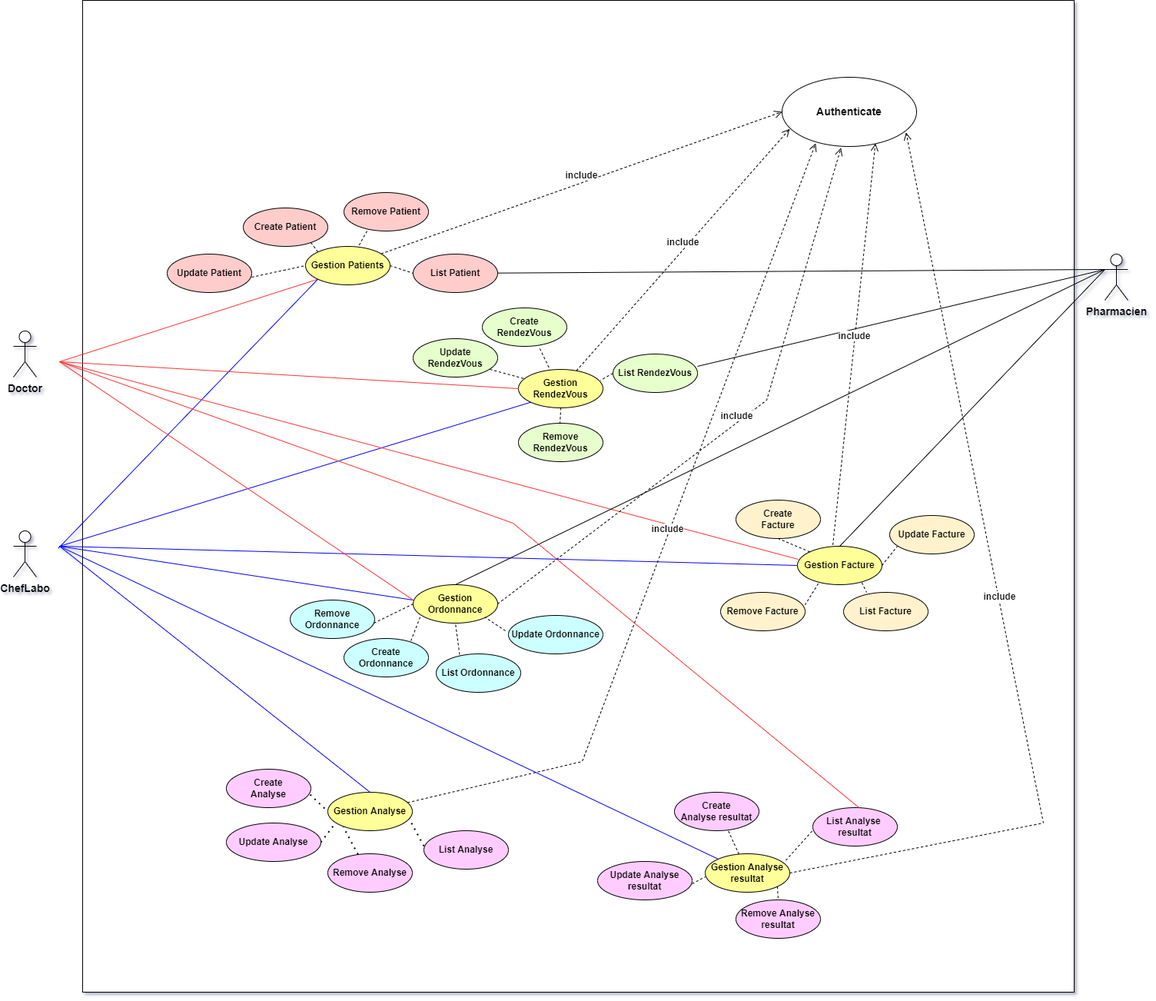
This is UML/UseCase.png from idmed22/Projet-fil--rouge, a draw.io export, as it was before one commit. Source tidied: cells renumbered, new cells last; positions are measured from the earlier drawing's top-left corner, leaving out a move shared by most shapes.
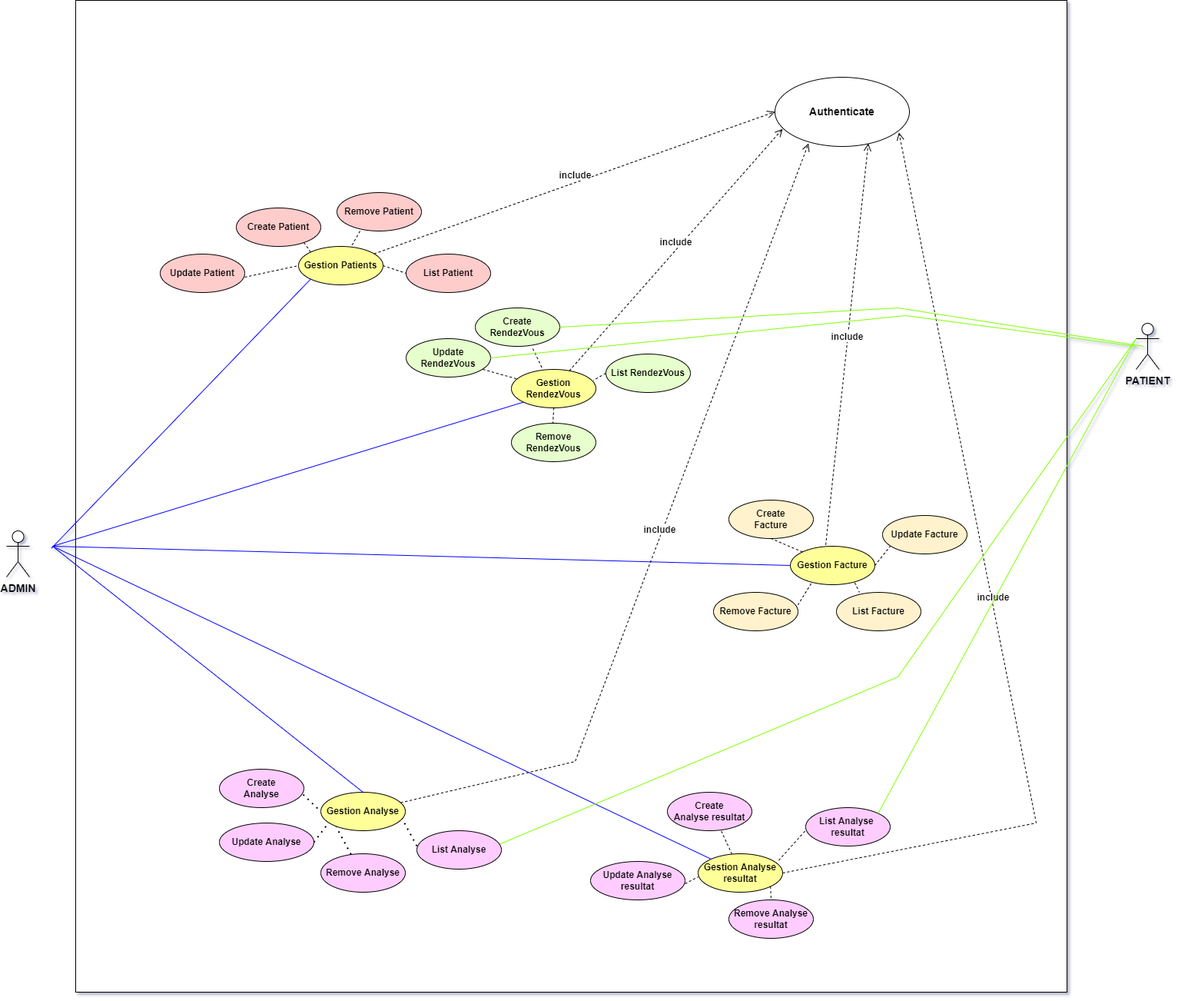
After the commit.

Change to the diagram source:
```diff
@@ -23,9 +23,6 @@
     <mxCell id="8" value="&lt;b&gt;Gestion RendezVous&lt;/b&gt;" style="ellipse;whiteSpace=wrap;html=1;fillColor=#FFFF99;" parent="1" vertex="1">
       <mxGeometry x="657" y="480" width="110" height="50" as="geometry" />
     </mxCell>
-    <mxCell id="9" value="&lt;b&gt;Gestion Ordonnance&lt;/b&gt;" style="ellipse;whiteSpace=wrap;html=1;fillColor=#FFFF99;" parent="1" vertex="1">
-      <mxGeometry x="520" y="760" width="110" height="50" as="geometry" />
-    </mxCell>
     <mxCell id="10" value="&lt;b&gt;Gestion Facture&lt;/b&gt;" style="ellipse;whiteSpace=wrap;html=1;fillColor=#FFFF99;" parent="1" vertex="1">
       <mxGeometry x="1020" y="710" width="110" height="50" as="geometry" />
     </mxCell>
@@ -38,33 +35,14 @@
     <mxCell id="13" value="&lt;b&gt;&lt;font style=&quot;font-size: 14px;&quot;&gt;Authenticate&lt;/font&gt;&lt;/b&gt;" style="ellipse;whiteSpace=wrap;html=1;fillColor=#FFFFFF;" parent="1" vertex="1">
       <mxGeometry x="1000" y="100" width="175" height="90" as="geometry" />
     </mxCell>
-    <mxCell id="14" value="&lt;b&gt;&lt;font style=&quot;font-size: 14px;&quot;&gt;Doctor&lt;/font&gt;&lt;/b&gt;" style="shape=umlActor;verticalLabelPosition=bottom;verticalAlign=top;html=1;fillColor=#FFFFFF;" parent="1" vertex="1">
-      <mxGeometry y="430" width="30" height="60" as="geometry" />
-    </mxCell>
-    <mxCell id="15" value="&lt;b&gt;&lt;font style=&quot;font-size: 14px;&quot;&gt;Pharmacien&lt;/font&gt;&lt;/b&gt;" style="shape=umlActor;verticalLabelPosition=bottom;verticalAlign=top;html=1;fillColor=#FFFFFF;" parent="1" vertex="1">
-      <mxGeometry x="1420" y="330" width="30" height="60" as="geometry" />
-    </mxCell>
-    <mxCell id="16" value="&lt;b&gt;&lt;font style=&quot;font-size: 14px;&quot;&gt;ChefLabo&lt;/font&gt;&lt;/b&gt;" style="shape=umlActor;verticalLabelPosition=bottom;verticalAlign=top;html=1;fillColor=#FFFFFF;" parent="1" vertex="1">
+    <mxCell id="16" value="&lt;b&gt;&lt;font style=&quot;font-size: 14px;&quot;&gt;ADMIN&lt;/font&gt;&lt;/b&gt;" style="shape=umlActor;verticalLabelPosition=bottom;verticalAlign=top;html=1;fillColor=#FFFFFF;" parent="1" vertex="1">
       <mxGeometry y="690" width="30" height="60" as="geometry" />
     </mxCell>
-    <mxCell id="17" style="endArrow=none;html=1;rounded=0;strokeColor=#FF3333;entryX=0;entryY=1;entryDx=0;entryDy=0;" parent="1" edge="1" target="3">
-      <mxGeometry relative="1" as="geometry">
-        <mxPoint x="60" y="470" as="sourcePoint" />
-      </mxGeometry>
-    </mxCell>
-    <mxCell id="18" style="endArrow=none;html=1;rounded=0;strokeColor=#000000;exitX=0;exitY=0.3333333333333333;exitDx=0;exitDy=0;exitPerimeter=0;" parent="1" edge="1" source="15" target="4">
-      <mxGeometry relative="1" as="geometry" />
-    </mxCell>
     <mxCell id="19" style="endArrow=none;html=1;rounded=0;strokeColor=#0000FF;entryX=0;entryY=1;entryDx=0;entryDy=0;" parent="1" edge="1" target="3">
       <mxGeometry relative="1" as="geometry">
         <mxPoint x="58.5" y="712.5" as="sourcePoint" />
       </mxGeometry>
     </mxCell>
-    <mxCell id="20" style="endArrow=none;html=1;rounded=0;strokeColor=#FF3333;entryX=0;entryY=0.5;entryDx=0;entryDy=0;" parent="1" edge="1" target="8">
-      <mxGeometry relative="1" as="geometry">
-        <mxPoint x="60" y="470" as="sourcePoint" />
-      </mxGeometry>
-    </mxCell>
     <mxCell id="21" style="endArrow=none;html=1;rounded=0;strokeColor=#0000FF;entryX=0;entryY=1;entryDx=0;entryDy=0;" parent="1" edge="1" target="8">
       <mxGeometry relative="1" as="geometry">
         <mxPoint x="60" y="710" as="sourcePoint" />
@@ -82,14 +60,6 @@
     <mxCell id="25" value="&lt;b&gt;Remove RendezVous&lt;/b&gt;" style="ellipse;whiteSpace=wrap;html=1;fillColor=#E6FFCC;" parent="1" vertex="1">
       <mxGeometry x="657" y="550" width="110" height="50" as="geometry" />
     </mxCell>
-    <mxCell id="26" style="endArrow=none;html=1;rounded=0;strokeColor=#000000;exitX=0;exitY=0.3333333333333333;exitDx=0;exitDy=0;exitPerimeter=0;entryX=1;entryY=0.32;entryDx=0;entryDy=0;entryPerimeter=0;" parent="1" edge="1" source="15" target="24">
-      <mxGeometry relative="1" as="geometry" />
-    </mxCell>
-    <mxCell id="27" style="endArrow=none;html=1;rounded=0;strokeColor=#FF3333;entryX=0.009;entryY=0.34;entryDx=0;entryDy=0;entryPerimeter=0;" parent="1" edge="1" target="10">
-      <mxGeometry relative="1" as="geometry">
-        <mxPoint x="60" y="470" as="sourcePoint" />
-      </mxGeometry>
-    </mxCell>
     <mxCell id="28" style="endArrow=none;html=1;rounded=0;strokeColor=#0000FF;entryX=0;entryY=0.5;entryDx=0;entryDy=0;" parent="1" edge="1" target="10">
       <mxGeometry relative="1" as="geometry">
         <mxPoint x="60" y="710" as="sourcePoint" />
@@ -107,26 +77,6 @@
     <mxCell id="32" value="&lt;b&gt;Remove Facture&lt;/b&gt;" style="ellipse;whiteSpace=wrap;html=1;fillColor=#FFF2CC;" parent="1" vertex="1">
       <mxGeometry x="920" y="770" width="110" height="50" as="geometry" />
     </mxCell>
-    <mxCell id="33" style="endArrow=none;html=1;rounded=0;strokeColor=#000000;exitX=0;exitY=0.3333333333333333;exitDx=0;exitDy=0;exitPerimeter=0;entryX=0.5;entryY=0;entryDx=0;entryDy=0;" parent="1" edge="1" source="15" target="10">
-      <mxGeometry relative="1" as="geometry" />
-    </mxCell>
-    <mxCell id="34" style="endArrow=none;html=1;rounded=0;strokeColor=#0000FF;" parent="1" edge="1">
-      <mxGeometry relative="1" as="geometry">
-        <mxPoint x="60" y="710" as="sourcePoint" />
-        <mxPoint x="520" y="780" as="targetPoint" />
-      </mxGeometry>
-    </mxCell>
-    <mxCell id="35" style="endArrow=none;html=1;rounded=0;strokeColor=#FF3333;" parent="1" edge="1">
-      <mxGeometry relative="1" as="geometry">
-        <mxPoint x="60" y="470" as="sourcePoint" />
-        <mxPoint x="520" y="780" as="targetPoint" />
-      </mxGeometry>
-    </mxCell>
-    <mxCell id="36" style="endArrow=none;html=1;rounded=0;strokeColor=#000000;entryX=0.5;entryY=0;entryDx=0;entryDy=0;" parent="1" edge="1" target="9">
-      <mxGeometry relative="1" as="geometry">
-        <mxPoint x="1420" y="350" as="sourcePoint" />
-      </mxGeometry>
-    </mxCell>
     <mxCell id="37" style="endArrow=none;html=1;rounded=0;strokeColor=#0000FF;" parent="1" edge="1" target="12">
       <mxGeometry relative="1" as="geometry">
         <mxPoint x="60" y="710" as="sourcePoint" />
@@ -137,18 +87,6 @@
         <mxPoint x="60" y="710" as="sourcePoint" />
       </mxGeometry>
     </mxCell>
-    <mxCell id="39" value="&lt;b&gt;Create&lt;br&gt;Ordonnance&lt;/b&gt;" style="ellipse;whiteSpace=wrap;html=1;fillColor=#CCFFFF;" parent="1" vertex="1">
-      <mxGeometry x="430" y="830" width="110" height="50" as="geometry" />
-    </mxCell>
-    <mxCell id="40" value="&lt;b&gt;Update Ordonnance&lt;/b&gt;" style="ellipse;whiteSpace=wrap;html=1;fillColor=#CCFFFF;" parent="1" vertex="1">
-      <mxGeometry x="644" y="800" width="123" height="50" as="geometry" />
-    </mxCell>
-    <mxCell id="41" value="&lt;b&gt;List Ordonnance&lt;/b&gt;" style="ellipse;whiteSpace=wrap;html=1;fillColor=#CCFFFF;" parent="1" vertex="1">
-      <mxGeometry x="550" y="850" width="110" height="50" as="geometry" />
-    </mxCell>
-    <mxCell id="42" value="&lt;b&gt;Remove Ordonnance&lt;/b&gt;" style="ellipse;whiteSpace=wrap;html=1;fillColor=#CCFFFF;" parent="1" vertex="1">
-      <mxGeometry x="360" y="780" width="110" height="50" as="geometry" />
-    </mxCell>
     <mxCell id="43" value="&lt;b&gt;Create&lt;br&gt;Analyse resultat&lt;/b&gt;" style="ellipse;whiteSpace=wrap;html=1;fillColor=#FFCCFF;" parent="1" vertex="1">
       <mxGeometry x="860" y="1030" width="110" height="50" as="geometry" />
     </mxCell>
@@ -161,15 +99,6 @@
     <mxCell id="46" value="&lt;b&gt;Remove Analyse resultat&lt;/b&gt;" style="ellipse;whiteSpace=wrap;html=1;fillColor=#FFCCFF;" parent="1" vertex="1">
       <mxGeometry x="940" y="1170" width="110" height="50" as="geometry" />
     </mxCell>
-    <mxCell id="47" style="endArrow=none;html=1;rounded=0;strokeColor=#FF3333;" parent="1" edge="1">
-      <mxGeometry relative="1" as="geometry">
-        <mxPoint x="60" y="470" as="sourcePoint" />
-        <mxPoint x="1100" y="1050" as="targetPoint" />
-        <Array as="points">
-          <mxPoint x="650" y="680" />
-        </Array>
-      </mxGeometry>
-    </mxCell>
     <mxCell id="48" value="&lt;b&gt;Create&lt;br&gt;Analyse&lt;/b&gt;" style="ellipse;whiteSpace=wrap;html=1;fillColor=#FFCCFF;" parent="1" vertex="1">
       <mxGeometry x="277" y="1000" width="110" height="50" as="geometry" />
     </mxCell>
@@ -257,24 +186,6 @@
         <mxPoint x="711" y="550" as="targetPoint" />
       </mxGeometry>
     </mxCell>
-    <mxCell id="68" style="endArrow=none;dashed=1;html=1;rounded=0;strokeColor=#000000;entryX=0;entryY=0.5;entryDx=0;entryDy=0;" parent="1" edge="1" target="9">
-      <mxGeometry relative="1" as="geometry">
-        <mxPoint x="469" y="810" as="sourcePoint" />
-      </mxGeometry>
-    </mxCell>
-    <mxCell id="69" style="endArrow=none;dashed=1;html=1;rounded=0;strokeColor=#000000;exitX=0.792;exitY=0.06;exitDx=0;exitDy=0;exitPerimeter=0;" parent="1" edge="1" source="39">
-      <mxGeometry relative="1" as="geometry">
-        <mxPoint x="530" y="800" as="targetPoint" />
-      </mxGeometry>
-    </mxCell>
-    <mxCell id="70" style="endArrow=none;dashed=1;html=1;rounded=0;strokeColor=#000000;exitX=0.277;exitY=0.016;exitDx=0;exitDy=0;exitPerimeter=0;entryX=0.5;entryY=1;entryDx=0;entryDy=0;" parent="1" edge="1" source="41" target="9">
-      <mxGeometry relative="1" as="geometry" />
-    </mxCell>
-    <mxCell id="71" style="endArrow=none;dashed=1;html=1;rounded=0;strokeColor=#000000;entryX=1;entryY=1;entryDx=0;entryDy=0;" parent="1" edge="1" target="9">
-      <mxGeometry relative="1" as="geometry">
-        <mxPoint x="640" y="820" as="sourcePoint" />
-      </mxGeometry>
-    </mxCell>
     <mxCell id="72" style="endArrow=none;dashed=1;html=1;rounded=0;strokeColor=#000000;exitX=0;exitY=0;exitDx=0;exitDy=0;entryX=0.5;entryY=1;entryDx=0;entryDy=0;" parent="1" edge="1" source="10" target="29">
       <mxGeometry relative="1" as="geometry" />
     </mxCell>
@@ -299,13 +210,6 @@
     <mxCell id="77" value="&lt;b&gt;&lt;font style=&quot;font-size: 12px;&quot;&gt;include&lt;/font&gt;&lt;/b&gt;" style="html=1;verticalAlign=bottom;endArrow=open;dashed=1;endSize=8;rounded=0;strokeColor=#000000;entryX=0.057;entryY=0.746;entryDx=0;entryDy=0;entryPerimeter=0;" parent="1" edge="1" source="8" target="13">
       <mxGeometry relative="1" as="geometry" />
     </mxCell>
-    <mxCell id="78" value="&lt;b&gt;&lt;font style=&quot;font-size: 12px;&quot;&gt;include&lt;/font&gt;&lt;/b&gt;" style="html=1;verticalAlign=bottom;endArrow=open;dashed=1;endSize=8;rounded=0;strokeColor=#000000;entryX=0.438;entryY=1.02;entryDx=0;entryDy=0;entryPerimeter=0;exitX=1;exitY=0.5;exitDx=0;exitDy=0;" parent="1" edge="1" source="9" target="13">
-      <mxGeometry relative="1" as="geometry">
-        <Array as="points">
-          <mxPoint x="980" y="520" />
-        </Array>
-      </mxGeometry>
-    </mxCell>
     <mxCell id="79" value="&lt;b&gt;&lt;font style=&quot;font-size: 12px;&quot;&gt;include&lt;/font&gt;&lt;/b&gt;" style="html=1;verticalAlign=bottom;endArrow=open;dashed=1;endSize=8;rounded=0;strokeColor=#000000;entryX=0.694;entryY=0.955;entryDx=0;entryDy=0;entryPerimeter=0;exitX=0.419;exitY=-0.034;exitDx=0;exitDy=0;exitPerimeter=0;" parent="1" edge="1" source="10" target="13">
       <mxGeometry relative="1" as="geometry" />
     </mxCell>
@@ -323,5 +227,34 @@
         </Array>
       </mxGeometry>
     </mxCell>
+    <mxCell id="82" value="&lt;b&gt;&lt;font style=&quot;font-size: 14px;&quot;&gt;PATIENT&lt;/font&gt;&lt;/b&gt;" style="shape=umlActor;verticalLabelPosition=bottom;verticalAlign=top;html=1;fillColor=#FFFFFF;" parent="1" vertex="1">
+      <mxGeometry x="1470" y="420" width="30" height="60" as="geometry" />
+    </mxCell>
+    <mxCell id="83" style="endArrow=none;html=1;rounded=0;exitX=1;exitY=0;exitDx=0;exitDy=0;strokeColor=#80FF00;entryX=0;entryY=0.3333333333333333;entryDx=0;entryDy=0;entryPerimeter=0;" parent="1" edge="1" source="44" target="82">
+      <mxGeometry relative="1" as="geometry" />
+    </mxCell>
+    <mxCell id="84" style="endArrow=none;html=1;rounded=0;exitX=0.985;exitY=0.344;exitDx=0;exitDy=0;strokeColor=#80FF00;entryX=0;entryY=0.3333333333333333;entryDx=0;entryDy=0;entryPerimeter=0;exitPerimeter=0;" parent="1" edge="1" source="51" target="82">
+      <mxGeometry relative="1" as="geometry">
+        <Array as="points">
+          <mxPoint x="1160" y="880" />
+        </Array>
+      </mxGeometry>
+    </mxCell>
+    <mxCell id="85" style="endArrow=none;html=1;rounded=0;strokeColor=#80FF00;entryX=0;entryY=0.3333333333333333;entryDx=0;entryDy=0;entryPerimeter=0;exitX=1;exitY=0.5;exitDx=0;exitDy=0;" parent="1" edge="1" source="23">
+      <mxGeometry relative="1" as="geometry">
+        <mxPoint x="1480" y="450" as="targetPoint" />
+        <Array as="points">
+          <mxPoint x="1160" y="400" />
+        </Array>
+      </mxGeometry>
+    </mxCell>
+    <mxCell id="86" style="endArrow=none;html=1;rounded=0;strokeColor=#80FF00;exitX=1;exitY=0.5;exitDx=0;exitDy=0;" parent="1" edge="1" source="22">
+      <mxGeometry relative="1" as="geometry">
+        <mxPoint x="1470" y="450" as="targetPoint" />
+        <Array as="points">
+          <mxPoint x="1170" y="410" />
+        </Array>
+      </mxGeometry>
+    </mxCell>
   </root>
 </mxGraphModel>
```
